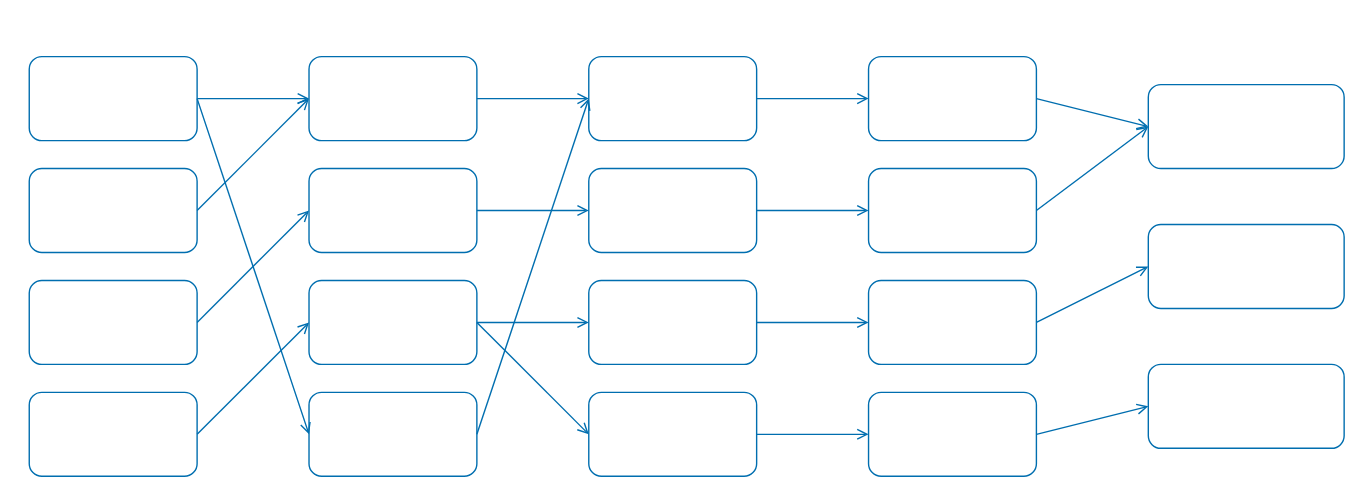
Before: diagrams/BDN_Example.svg, a diagram exported from draw.io (ucudal/ANDIS_Conceptos). Source tidied: cells renumbered, new cells last; positions are measured from the earlier drawing's top-left corner, leaving out a move shared by most shapes.
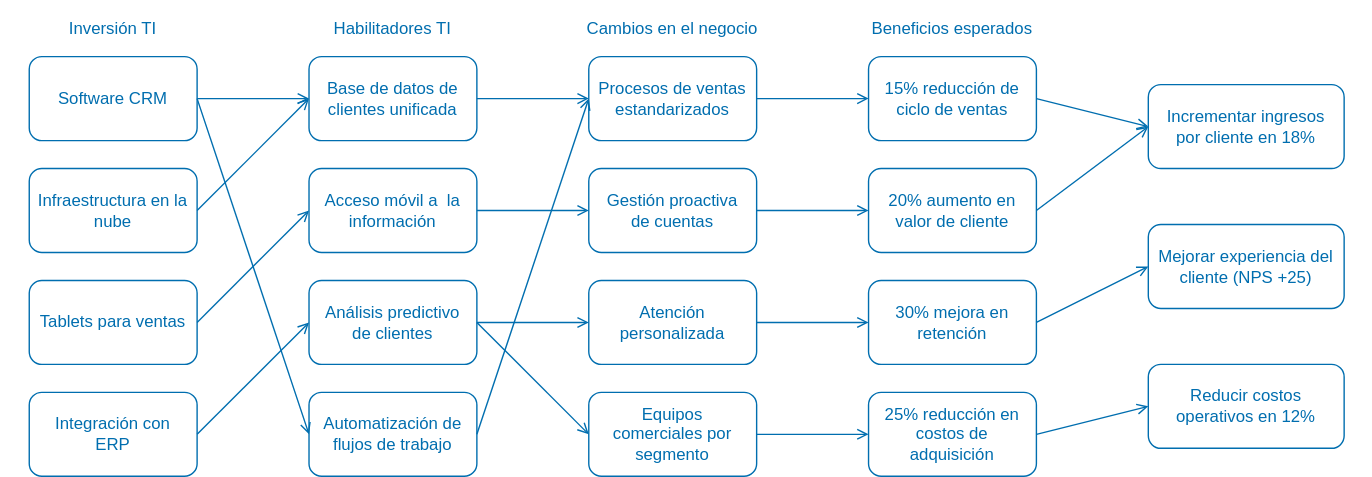
The same diagram one commit later.

Diff of the diagram source:
```diff
@@ -2,76 +2,76 @@
   <root>
     <mxCell id="0" />
     <mxCell id="1" parent="0" />
-    <mxCell id="2" value="Inversión TI" style="rounded=0;whiteSpace=wrap;fillColor=none;strokeColor=none;fontSize=12;fontStyle=0;fontColor=light-dark(#FFFFFF,#006EAF);" parent="1" vertex="1">
+    <mxCell id="2" value="Inversión TI" style="rounded=0;whiteSpace=wrap;fillColor=none;strokeColor=none;fontSize=12;fontStyle=0;fontColor=light-dark(#006EAF,#006EAF);" parent="1" vertex="1">
       <mxGeometry width="160" height="40" as="geometry" />
     </mxCell>
-    <mxCell id="3" value="Habilitadores TI" style="rounded=0;whiteSpace=wrap;fillColor=none;strokeColor=none;fontSize=12;fontStyle=0;fontColor=light-dark(#FFFFFF,#006EAF);" parent="1" vertex="1">
+    <mxCell id="3" value="Habilitadores TI" style="rounded=0;whiteSpace=wrap;fillColor=none;strokeColor=none;fontSize=12;fontStyle=0;fontColor=light-dark(#006EAF,#006EAF);" parent="1" vertex="1">
       <mxGeometry x="200" width="160" height="40" as="geometry" />
     </mxCell>
-    <mxCell id="4" value="Cambios en el negocio" style="rounded=0;whiteSpace=wrap;fillColor=none;strokeColor=none;fontSize=12;fontStyle=0;fontColor=light-dark(#FFFFFF,#006EAF);" parent="1" vertex="1">
+    <mxCell id="4" value="Cambios en el negocio" style="rounded=0;whiteSpace=wrap;fillColor=none;strokeColor=none;fontSize=12;fontStyle=0;fontColor=light-dark(#006EAF,#006EAF);" parent="1" vertex="1">
       <mxGeometry x="400" width="160" height="40" as="geometry" />
     </mxCell>
-    <mxCell id="5" value="Beneficios esperados" style="rounded=0;whiteSpace=wrap;fillColor=none;strokeColor=none;fontSize=12;fontStyle=0;fontColor=light-dark(#FFFFFF,#006EAF);" parent="1" vertex="1">
+    <mxCell id="5" value="Beneficios esperados" style="rounded=0;whiteSpace=wrap;fillColor=none;strokeColor=none;fontSize=12;fontStyle=0;fontColor=light-dark(#006EAF,#006EAF);" parent="1" vertex="1">
       <mxGeometry x="600" width="160" height="40" as="geometry" />
     </mxCell>
     <mxCell id="6" value="Objetivos estratégicos" style="rounded=0;whiteSpace=wrap;fillColor=none;strokeColor=none;fontSize=12;fontStyle=0;fontColor=light-dark(#FFFFFF,#006EAF);" parent="1" vertex="1">
       <mxGeometry x="800" width="180" height="40" as="geometry" />
     </mxCell>
-    <mxCell id="7" value="Software CRM" style="rounded=1;whiteSpace=wrap;fillColor=none;strokeColor=light-dark(#006EAF,#006EAF);fontColor=light-dark(#FFFFFF,#006EAF);spacing=6;" parent="1" vertex="1">
+    <mxCell id="7" value="Software CRM" style="rounded=1;whiteSpace=wrap;fillColor=none;strokeColor=light-dark(#006EAF,#006EAF);fontColor=light-dark(#006EAF,#006EAF);spacing=6;" parent="1" vertex="1">
       <mxGeometry x="20" y="40" width="120" height="60" as="geometry" />
     </mxCell>
-    <mxCell id="8" value="Infraestructura en la nube" style="rounded=1;whiteSpace=wrap;fillColor=none;strokeColor=light-dark(#006EAF,#006EAF);fontColor=light-dark(#FFFFFF,#006EAF);spacing=0;spacingLeft=4;spacingRight=4;" parent="1" vertex="1">
+    <mxCell id="8" value="Infraestructura en la nube" style="rounded=1;whiteSpace=wrap;fillColor=none;strokeColor=light-dark(#006EAF,#006EAF);fontColor=light-dark(#006EAF,#006EAF);spacing=0;spacingLeft=4;spacingRight=4;" parent="1" vertex="1">
       <mxGeometry x="20" y="120" width="120" height="60" as="geometry" />
     </mxCell>
-    <mxCell id="9" value="Tablets para ventas" style="rounded=1;whiteSpace=wrap;fillColor=none;strokeColor=light-dark(#006EAF,#006EAF);fontColor=light-dark(#FFFFFF,#006EAF);spacing=6;" parent="1" vertex="1">
+    <mxCell id="9" value="Tablets para ventas" style="rounded=1;whiteSpace=wrap;fillColor=none;strokeColor=light-dark(#006EAF,#006EAF);fontColor=light-dark(#006EAF,#006EAF);spacing=6;" parent="1" vertex="1">
       <mxGeometry x="20" y="200" width="120" height="60" as="geometry" />
     </mxCell>
-    <mxCell id="10" value="Integración con ERP" style="rounded=1;whiteSpace=wrap;fillColor=none;strokeColor=light-dark(#006EAF,#006EAF);fontColor=light-dark(#FFFFFF,#006EAF);spacing=6;" parent="1" vertex="1">
+    <mxCell id="10" value="Integración con ERP" style="rounded=1;whiteSpace=wrap;fillColor=none;strokeColor=light-dark(#006EAF,#006EAF);fontColor=light-dark(#006EAF,#006EAF);spacing=6;" parent="1" vertex="1">
       <mxGeometry x="20" y="280" width="120" height="60" as="geometry" />
     </mxCell>
-    <mxCell id="11" value="Base de datos de clientes unificada" style="rounded=1;whiteSpace=wrap;fillColor=none;strokeColor=light-dark(#006EAF,#006EAF);fontColor=light-dark(#FFFFFF,#006EAF);spacing=6;" parent="1" vertex="1">
+    <mxCell id="11" value="Base de datos de clientes unificada" style="rounded=1;whiteSpace=wrap;fillColor=none;strokeColor=light-dark(#006EAF,#006EAF);fontColor=light-dark(#006EAF,#006EAF);spacing=6;" parent="1" vertex="1">
       <mxGeometry x="220" y="40" width="120" height="60" as="geometry" />
     </mxCell>
-    <mxCell id="12" value="Acceso móvil a  la información" style="rounded=1;whiteSpace=wrap;fillColor=none;strokeColor=light-dark(#006EAF,#006EAF);fontColor=light-dark(#FFFFFF,#006EAF);spacing=6;" parent="1" vertex="1">
+    <mxCell id="12" value="Acceso móvil a  la información" style="rounded=1;whiteSpace=wrap;fillColor=none;strokeColor=light-dark(#006EAF,#006EAF);fontColor=light-dark(#006EAF,#006EAF);spacing=6;" parent="1" vertex="1">
       <mxGeometry x="220" y="120" width="120" height="60" as="geometry" />
     </mxCell>
-    <mxCell id="13" value="Análisis predictivo de clientes" style="rounded=1;whiteSpace=wrap;fillColor=none;strokeColor=light-dark(#006EAF,#006EAF);fontColor=light-dark(#FFFFFF,#006EAF);spacing=6;" parent="1" vertex="1">
+    <mxCell id="13" value="Análisis predictivo de clientes" style="rounded=1;whiteSpace=wrap;fillColor=none;strokeColor=light-dark(#006EAF,#006EAF);fontColor=light-dark(#006EAF,#006EAF);spacing=6;" parent="1" vertex="1">
       <mxGeometry x="220" y="200" width="120" height="60" as="geometry" />
     </mxCell>
-    <mxCell id="14" value="Automatización de flujos de trabajo" style="rounded=1;whiteSpace=wrap;fillColor=none;strokeColor=light-dark(#006EAF,#006EAF);fontColor=light-dark(#FFFFFF,#006EAF);spacing=6;" parent="1" vertex="1">
+    <mxCell id="14" value="Automatización de flujos de trabajo" style="rounded=1;whiteSpace=wrap;fillColor=none;strokeColor=light-dark(#006EAF,#006EAF);fontColor=light-dark(#006EAF,#006EAF);spacing=6;" parent="1" vertex="1">
       <mxGeometry x="220" y="280" width="120" height="60" as="geometry" />
     </mxCell>
-    <mxCell id="15" value="Procesos de ventas estandarizados" style="rounded=1;whiteSpace=wrap;fillColor=none;strokeColor=light-dark(#006EAF,#006EAF);fontColor=light-dark(#FFFFFF,#006EAF);spacing=6;" parent="1" vertex="1">
+    <mxCell id="15" value="Procesos de ventas estandarizados" style="rounded=1;whiteSpace=wrap;fillColor=none;strokeColor=light-dark(#006EAF,#006EAF);fontColor=light-dark(#006EAF,#006EAF);spacing=6;" parent="1" vertex="1">
       <mxGeometry x="420" y="40" width="120" height="60" as="geometry" />
     </mxCell>
-    <mxCell id="16" value="Gestión proactiva de cuentas" style="rounded=1;whiteSpace=wrap;fillColor=none;strokeColor=light-dark(#006EAF,#006EAF);fontColor=light-dark(#FFFFFF,#006EAF);spacing=6;" parent="1" vertex="1">
+    <mxCell id="16" value="Gestión proactiva de cuentas" style="rounded=1;whiteSpace=wrap;fillColor=none;strokeColor=light-dark(#006EAF,#006EAF);fontColor=light-dark(#006EAF,#006EAF);spacing=6;" parent="1" vertex="1">
       <mxGeometry x="420" y="120" width="120" height="60" as="geometry" />
     </mxCell>
-    <mxCell id="17" value="Atención personalizada" style="rounded=1;whiteSpace=wrap;fillColor=none;strokeColor=light-dark(#006EAF,#006EAF);fontColor=light-dark(#FFFFFF,#006EAF);spacing=6;" parent="1" vertex="1">
+    <mxCell id="17" value="Atención personalizada" style="rounded=1;whiteSpace=wrap;fillColor=none;strokeColor=light-dark(#006EAF,#006EAF);fontColor=light-dark(#006EAF,#006EAF);spacing=6;" parent="1" vertex="1">
       <mxGeometry x="420" y="200" width="120" height="60" as="geometry" />
     </mxCell>
-    <mxCell id="18" value="Equipos comerciales por segmento" style="rounded=1;whiteSpace=wrap;fillColor=none;strokeColor=light-dark(#006EAF,#006EAF);fontColor=light-dark(#FFFFFF,#006EAF);spacing=6;" parent="1" vertex="1">
+    <mxCell id="18" value="Equipos comerciales por segmento" style="rounded=1;whiteSpace=wrap;fillColor=none;strokeColor=light-dark(#006EAF,#006EAF);fontColor=light-dark(#006EAF,#006EAF);spacing=6;" parent="1" vertex="1">
       <mxGeometry x="420" y="280" width="120" height="60" as="geometry" />
     </mxCell>
-    <mxCell id="19" value="15% reducción de ciclo de ventas" style="rounded=1;whiteSpace=wrap;fillColor=none;strokeColor=light-dark(#006EAF,#006EAF);fontColor=light-dark(#FFFFFF,#006EAF);spacing=6;" parent="1" vertex="1">
+    <mxCell id="19" value="15% reducción de ciclo de ventas" style="rounded=1;whiteSpace=wrap;fillColor=none;strokeColor=light-dark(#006EAF,#006EAF);fontColor=light-dark(#006EAF,#006EAF);spacing=6;" parent="1" vertex="1">
       <mxGeometry x="620" y="40" width="120" height="60" as="geometry" />
     </mxCell>
-    <mxCell id="20" value="20% aumento en valor de cliente" style="rounded=1;whiteSpace=wrap;fillColor=none;strokeColor=light-dark(#006EAF,#006EAF);fontColor=light-dark(#FFFFFF,#006EAF);spacing=6;" parent="1" vertex="1">
+    <mxCell id="20" value="20% aumento en valor de cliente" style="rounded=1;whiteSpace=wrap;fillColor=none;strokeColor=light-dark(#006EAF,#006EAF);fontColor=light-dark(#006EAF,#006EAF);spacing=6;" parent="1" vertex="1">
       <mxGeometry x="620" y="120" width="120" height="60" as="geometry" />
     </mxCell>
-    <mxCell id="21" value="30% mejora en retención" style="rounded=1;whiteSpace=wrap;fillColor=none;strokeColor=light-dark(#006EAF,#006EAF);fontColor=light-dark(#FFFFFF,#006EAF);spacing=6;" parent="1" vertex="1">
+    <mxCell id="21" value="30% mejora en retención" style="rounded=1;whiteSpace=wrap;fillColor=none;strokeColor=light-dark(#006EAF,#006EAF);fontColor=light-dark(#006EAF,#006EAF);spacing=6;" parent="1" vertex="1">
       <mxGeometry x="620" y="200" width="120" height="60" as="geometry" />
     </mxCell>
-    <mxCell id="22" value="25% reducción en costos de adquisición" style="rounded=1;whiteSpace=wrap;fillColor=none;strokeColor=light-dark(#006EAF,#006EAF);fontColor=light-dark(#FFFFFF,#006EAF);spacing=6;" parent="1" vertex="1">
+    <mxCell id="22" value="25% reducción en costos de adquisición" style="rounded=1;whiteSpace=wrap;fillColor=none;strokeColor=light-dark(#006EAF,#006EAF);fontColor=light-dark(#006EAF,#006EAF);spacing=6;" parent="1" vertex="1">
       <mxGeometry x="620" y="280" width="120" height="60" as="geometry" />
     </mxCell>
-    <mxCell id="23" value="Incrementar ingresos por cliente en 18%" style="rounded=1;whiteSpace=wrap;fillColor=none;strokeColor=light-dark(#006EAF,#006EAF);fontColor=light-dark(#FFFFFF,#006EAF);spacing=6;" parent="1" vertex="1">
+    <mxCell id="23" value="Incrementar ingresos por cliente en 18%" style="rounded=1;whiteSpace=wrap;fillColor=none;strokeColor=light-dark(#006EAF,#006EAF);fontColor=light-dark(#006EAF,#006EAF);spacing=6;" parent="1" vertex="1">
       <mxGeometry x="820" y="60" width="140" height="60" as="geometry" />
     </mxCell>
-    <mxCell id="24" value="Mejorar experiencia del cliente (NPS +25)" style="rounded=1;whiteSpace=wrap;fillColor=none;strokeColor=light-dark(#006EAF,#006EAF);fontColor=light-dark(#FFFFFF,#006EAF);spacing=6;" parent="1" vertex="1">
+    <mxCell id="24" value="Mejorar experiencia del cliente (NPS +25)" style="rounded=1;whiteSpace=wrap;fillColor=none;strokeColor=light-dark(#006EAF,#006EAF);fontColor=light-dark(#006EAF,#006EAF);spacing=6;" parent="1" vertex="1">
       <mxGeometry x="820" y="160" width="140" height="60" as="geometry" />
     </mxCell>
-    <mxCell id="25" value="Reducir costos operativos en 12%" style="rounded=1;whiteSpace=wrap;fillColor=none;strokeColor=light-dark(#006EAF,#006EAF);fontColor=light-dark(#FFFFFF,#006EAF);spacing=6;" parent="1" vertex="1">
+    <mxCell id="25" value="Reducir costos operativos en 12%" style="rounded=1;whiteSpace=wrap;fillColor=none;strokeColor=light-dark(#006EAF,#006EAF);fontColor=light-dark(#006EAF,#006EAF);spacing=6;" parent="1" vertex="1">
       <mxGeometry x="820" y="260" width="140" height="60" as="geometry" />
     </mxCell>
     <mxCell id="26" style="endArrow=open;html=1;exitX=1;exitY=0.5;exitDx=0;exitDy=0;entryX=0;entryY=0.5;entryDx=0;entryDy=0;fillColor=#1ba1e2;strokeColor=light-dark(#006EAF,#006EAF);endFill=0;spacing=6;" parent="1" edge="1" source="7" target="11">
```
